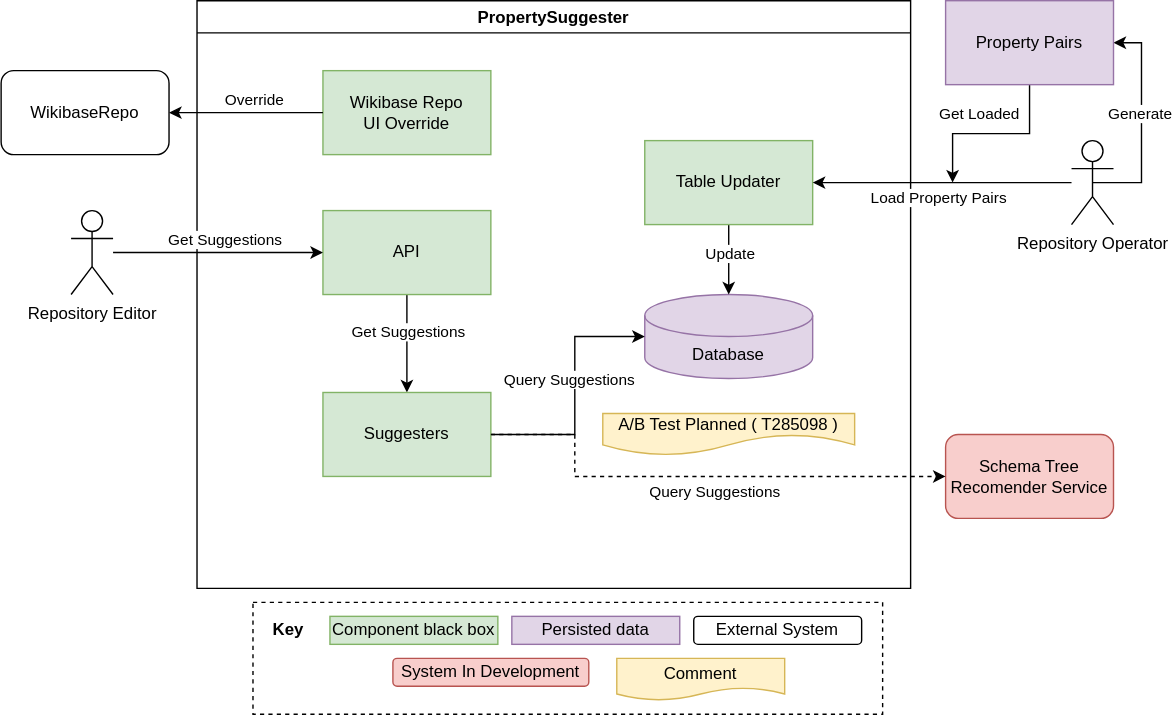
This is systems/Repository/diagrams/05-propertysuggester.drawio.svg from wmde/wikidata-wikibase-architecture, a draw.io export, as it was before one commit. Source tidied: cells renumbered, new cells last; positions are measured from the earlier drawing's top-left corner, leaving out a move shared by most shapes.
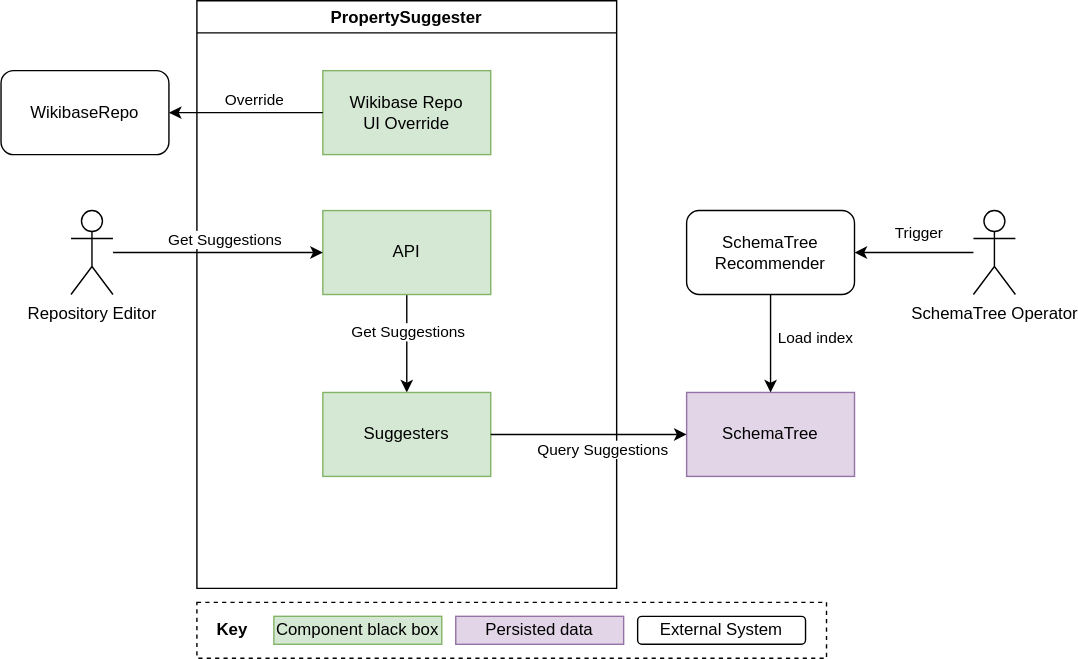
After the commit.

Commit message:
Add the SchemaTree backed PropertySuggester

What changed in the source:
```diff
@@ -3,10 +3,10 @@
     <mxCell id="0" />
     <mxCell id="1" parent="0" />
     <mxCell id="2" style="rounded=0;whiteSpace=wrap;html=1;fillColor=none;dashed=1;" parent="1" vertex="1">
-      <mxGeometry x="180" y="430" width="450" height="80" as="geometry" />
+      <mxGeometry x="180" y="430" width="450" height="40" as="geometry" />
     </mxCell>
     <mxCell id="3" value="PropertySuggester" style="swimlane;align=center;swimlaneLine=1;shadow=0;swimlaneFillColor=#ffffff;" parent="1" vertex="1">
-      <mxGeometry x="140" width="510" height="420" as="geometry" />
+      <mxGeometry x="180" width="300" height="420" as="geometry" />
     </mxCell>
     <mxCell id="4" style="edgeStyle=orthogonalEdgeStyle;rounded=0;jettySize=auto;html=1;entryX=0.5;entryY=0;entryDx=0;entryDy=0;" parent="3" edge="1" source="6" target="10">
       <mxGeometry relative="1" as="geometry" />
@@ -17,45 +17,15 @@
     <mxCell id="6" value="API" style="rounded=0;whiteSpace=wrap;html=1;align=center;fillColor=#d5e8d4;strokeColor=#82b366;" parent="3" vertex="1">
       <mxGeometry x="90" y="150" width="120" height="60" as="geometry" />
     </mxCell>
-    <mxCell id="7" value="Database" style="shape=cylinder3;whiteSpace=wrap;html=1;boundedLbl=1;backgroundOutline=1;size=15;align=center;fillColor=#e1d5e7;strokeColor=#9673a6;" parent="3" vertex="1">
-      <mxGeometry x="320" y="210" width="120" height="60" as="geometry" />
-    </mxCell>
-    <mxCell id="8" style="edgeStyle=orthogonalEdgeStyle;rounded=0;jettySize=auto;html=1;entryX=0;entryY=0.5;entryDx=0;entryDy=0;entryPerimeter=0;" parent="3" edge="1" source="10" target="7">
-      <mxGeometry relative="1" as="geometry">
-        <Array as="points">
-          <mxPoint x="270" y="310" />
-          <mxPoint x="270" y="240" />
-        </Array>
-      </mxGeometry>
-    </mxCell>
-    <mxCell id="9" value="Query Suggestions" style="edgeLabel;html=1;align=center;verticalAlign=middle;" parent="8" vertex="1">
-      <mxGeometry x="-0.51" y="2" relative="1" as="geometry">
-        <mxPoint x="11" y="-38" as="offset" />
-      </mxGeometry>
-    </mxCell>
     <mxCell id="10" value="Suggesters" style="rounded=0;whiteSpace=wrap;html=1;align=center;fillColor=#d5e8d4;strokeColor=#82b366;" parent="3" vertex="1">
       <mxGeometry x="90" y="280" width="120" height="60" as="geometry" />
     </mxCell>
-    <mxCell id="11" style="edgeStyle=orthogonalEdgeStyle;rounded=0;jettySize=auto;html=1;" parent="3" edge="1" source="13" target="7">
-      <mxGeometry relative="1" as="geometry" />
-    </mxCell>
-    <mxCell id="12" value="Update" style="edgeLabel;html=1;align=center;verticalAlign=middle;" parent="11" vertex="1">
-      <mxGeometry x="-0.17" y="-2" relative="1" as="geometry">
-        <mxPoint x="2" y="-1" as="offset" />
-      </mxGeometry>
-    </mxCell>
-    <mxCell id="13" value="Table Updater" style="rounded=0;whiteSpace=wrap;html=1;align=center;fillColor=#d5e8d4;strokeColor=#82b366;" parent="3" vertex="1">
-      <mxGeometry x="320" y="100" width="120" height="60" as="geometry" />
-    </mxCell>
     <mxCell id="14" value="Wikibase Repo&lt;br&gt;UI Override" style="rounded=0;whiteSpace=wrap;html=1;align=center;fillColor=#d5e8d4;strokeColor=#82b366;" parent="3" vertex="1">
       <mxGeometry x="90" y="50" width="120" height="60" as="geometry" />
     </mxCell>
     <mxCell id="15" value="Query Suggestions" style="edgeLabel;html=1;align=center;verticalAlign=middle;" parent="3" vertex="1">
-      <mxGeometry x="370" y="350" as="geometry" />
+      <mxGeometry x="290" y="320" as="geometry" />
     </mxCell>
-    <mxCell id="16" value="A/B Test Planned (&lt;a href=&quot;https://phabricator.wikimedia.org/T285098&quot;&gt;T285098&lt;/a&gt;)" style="shape=document;whiteSpace=wrap;html=1;boundedLbl=1;fillColor=#fff2cc;strokeColor=#d6b656;size=0.5;" parent="3" vertex="1">
-      <mxGeometry x="290" y="295" width="180" height="30" as="geometry" />
-    </mxCell>
     <mxCell id="17" style="edgeStyle=orthogonalEdgeStyle;rounded=0;jettySize=auto;html=1;entryX=1;entryY=0.5;entryDx=0;entryDy=0;" parent="1" edge="1" source="14" target="30">
       <mxGeometry relative="1" as="geometry" />
     </mxCell>
@@ -72,48 +42,11 @@
         <mxPoint x="30" y="-12" as="offset" />
       </mxGeometry>
     </mxCell>
-    <mxCell id="21" style="edgeStyle=orthogonalEdgeStyle;rounded=0;jettySize=auto;html=1;entryX=1;entryY=0.5;entryDx=0;entryDy=0;" parent="1" edge="1" source="26" target="13">
-      <mxGeometry relative="1" as="geometry" />
-    </mxCell>
-    <mxCell id="22" value="Load Property Pairs" style="edgeLabel;html=1;align=center;verticalAlign=middle;" parent="21" vertex="1">
-      <mxGeometry x="-0.22" relative="1" as="geometry">
-        <mxPoint x="-24" y="10" as="offset" />
-      </mxGeometry>
-    </mxCell>
     <mxCell id="23" value="Repository Editor" style="shape=umlActor;verticalLabelPosition=bottom;verticalAlign=top;html=1;outlineConnect=0;" parent="1" vertex="1">
-      <mxGeometry x="50" y="150" width="30" height="60" as="geometry" />
+      <mxGeometry x="90" y="150" width="30" height="60" as="geometry" />
     </mxCell>
-    <mxCell id="24" style="edgeStyle=orthogonalEdgeStyle;rounded=0;jettySize=auto;html=1;exitX=0.5;exitY=0.5;exitDx=0;exitDy=0;exitPerimeter=0;entryX=1;entryY=0.5;entryDx=0;entryDy=0;" parent="1" edge="1" source="26" target="29">
-      <mxGeometry relative="1" as="geometry">
-        <Array as="points">
-          <mxPoint x="815" y="130" />
-          <mxPoint x="815" y="30" />
-        </Array>
-      </mxGeometry>
-    </mxCell>
-    <mxCell id="25" value="Generate" style="edgeLabel;html=1;align=center;verticalAlign=middle;" parent="24" vertex="1">
-      <mxGeometry x="0.02" y="2" relative="1" as="geometry">
-        <mxPoint y="-6" as="offset" />
-      </mxGeometry>
-    </mxCell>
-    <mxCell id="26" value="Repository Operator" style="shape=umlActor;verticalLabelPosition=bottom;verticalAlign=top;html=1;outlineConnect=0;" parent="1" vertex="1">
-      <mxGeometry x="765" y="100" width="30" height="60" as="geometry" />
-    </mxCell>
-    <mxCell id="27" style="edgeStyle=orthogonalEdgeStyle;rounded=0;jettySize=auto;html=1;" parent="1" edge="1" source="29">
-      <mxGeometry relative="1" as="geometry">
-        <mxPoint x="680" y="130" as="targetPoint" />
-      </mxGeometry>
-    </mxCell>
-    <mxCell id="28" value="Get Loaded" style="edgeLabel;html=1;align=center;verticalAlign=middle;" parent="27" vertex="1">
-      <mxGeometry x="0.16" y="2" relative="1" as="geometry">
-        <mxPoint y="-17" as="offset" />
-      </mxGeometry>
-    </mxCell>
-    <mxCell id="29" value="Property Pairs" style="rounded=0;whiteSpace=wrap;html=1;align=center;fillColor=#e1d5e7;strokeColor=#9673a6;" parent="1" vertex="1">
-      <mxGeometry x="675" width="120" height="60" as="geometry" />
-    </mxCell>
     <mxCell id="30" value="WikibaseRepo" style="rounded=1;whiteSpace=wrap;html=1;align=center;" parent="1" vertex="1">
-      <mxGeometry y="50" width="120" height="60" as="geometry" />
+      <mxGeometry x="40" y="50" width="120" height="60" as="geometry" />
     </mxCell>
     <mxCell id="31" value="&lt;b&gt;Key&lt;/b&gt;" style="text;html=1;align=center;verticalAlign=middle;strokeColor=none;" parent="1" vertex="1">
       <mxGeometry x="185" y="440" width="40" height="20" as="geometry" />
@@ -127,22 +60,33 @@
     <mxCell id="34" value="External System" style="rounded=1;whiteSpace=wrap;html=1;align=center;" parent="1" vertex="1">
       <mxGeometry x="495" y="440" width="120" height="20" as="geometry" />
     </mxCell>
-    <mxCell id="35" value="Schema Tree&lt;br&gt;Recomender Service" style="rounded=1;whiteSpace=wrap;html=1;align=center;fillColor=#f8cecc;strokeColor=#b85450;" parent="1" vertex="1">
-      <mxGeometry x="675" y="310" width="120" height="60" as="geometry" />
-    </mxCell>
-    <mxCell id="36" style="edgeStyle=orthogonalEdgeStyle;rounded=0;jettySize=auto;html=1;exitX=1;exitY=0.5;exitDx=0;exitDy=0;entryX=0;entryY=0.5;entryDx=0;entryDy=0;dashed=1;" parent="1" edge="1" source="10" target="35">
-      <mxGeometry relative="1" as="geometry">
-        <Array as="points">
-          <mxPoint x="410" y="310" />
-          <mxPoint x="410" y="340" />
-        </Array>
-      </mxGeometry>
-    </mxCell>
-    <mxCell id="37" value="System In Development" style="rounded=1;whiteSpace=wrap;html=1;align=center;fillColor=#f8cecc;strokeColor=#b85450;" parent="1" vertex="1">
-      <mxGeometry x="280" y="470" width="140" height="20" as="geometry" />
-    </mxCell>
-    <mxCell id="38" value="Comment" style="shape=document;whiteSpace=wrap;html=1;boundedLbl=1;fillColor=#fff2cc;strokeColor=#d6b656;" parent="1" vertex="1">
-      <mxGeometry x="440" y="470" width="120" height="30" as="geometry" />
-    </mxCell>
+    <mxCell id="39" value="SchemaTree" style="rounded=0;whiteSpace=wrap;html=1;align=center;fillColor=#e1d5e7;strokeColor=#9673a6;" parent="1" vertex="1">
+      <mxGeometry x="530" y="280" width="120" height="60" as="geometry" />
+    </mxCell>
+    <mxCell id="40" style="edgeStyle=none;html=1;exitX=1;exitY=0.5;exitDx=0;exitDy=0;entryX=0;entryY=0.5;entryDx=0;entryDy=0;" parent="1" edge="1" source="10" target="39">
+      <mxGeometry relative="1" as="geometry" />
+    </mxCell>
+    <mxCell id="41" style="edgeStyle=none;html=1;entryX=0.5;entryY=0;entryDx=0;entryDy=0;" parent="1" edge="1" source="43" target="39">
+      <mxGeometry relative="1" as="geometry" />
+    </mxCell>
+    <mxCell id="42" value="Load index" style="edgeLabel;html=1;align=center;verticalAlign=middle;" parent="41" vertex="1">
+      <mxGeometry x="0.38" y="-2" relative="1" as="geometry">
+        <mxPoint x="33" y="-18" as="offset" />
+      </mxGeometry>
+    </mxCell>
+    <mxCell id="43" value="&lt;span style=&quot;text-align: left&quot;&gt;SchemaTree&lt;br&gt;Recommender&lt;/span&gt;" style="rounded=1;whiteSpace=wrap;html=1;align=center;" parent="1" vertex="1">
+      <mxGeometry x="530" y="150" width="120" height="60" as="geometry" />
+    </mxCell>
+    <mxCell id="44" style="edgeStyle=none;html=1;entryX=1;entryY=0.5;entryDx=0;entryDy=0;" parent="1" edge="1" source="46" target="43">
+      <mxGeometry relative="1" as="geometry" />
+    </mxCell>
+    <mxCell id="45" value="Trigger" style="edgeLabel;html=1;align=center;verticalAlign=middle;" parent="44" vertex="1">
+      <mxGeometry x="0.18" y="-2" relative="1" as="geometry">
+        <mxPoint x="10" y="-13" as="offset" />
+      </mxGeometry>
+    </mxCell>
+    <mxCell id="46" value="SchemaTree Operator" style="shape=umlActor;verticalLabelPosition=bottom;verticalAlign=top;html=1;outlineConnect=0;" parent="1" vertex="1">
+      <mxGeometry x="735" y="150" width="30" height="60" as="geometry" />
+    </mxCell>
   </root>
 </mxGraphModel>
```
